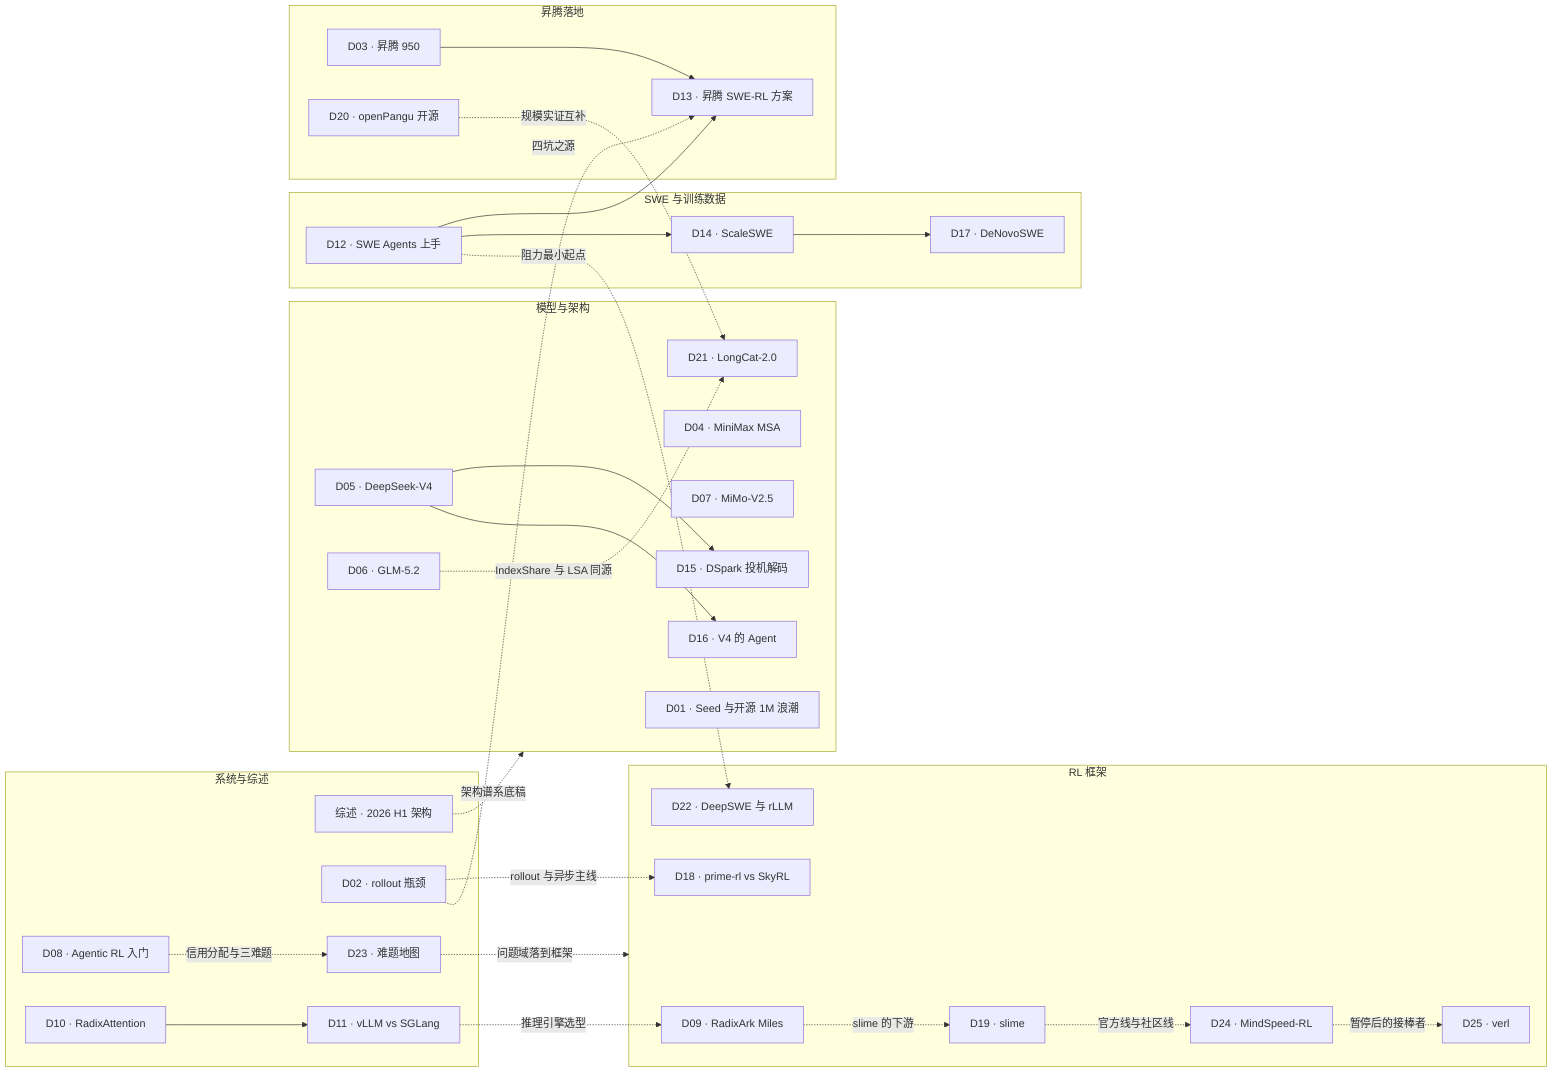
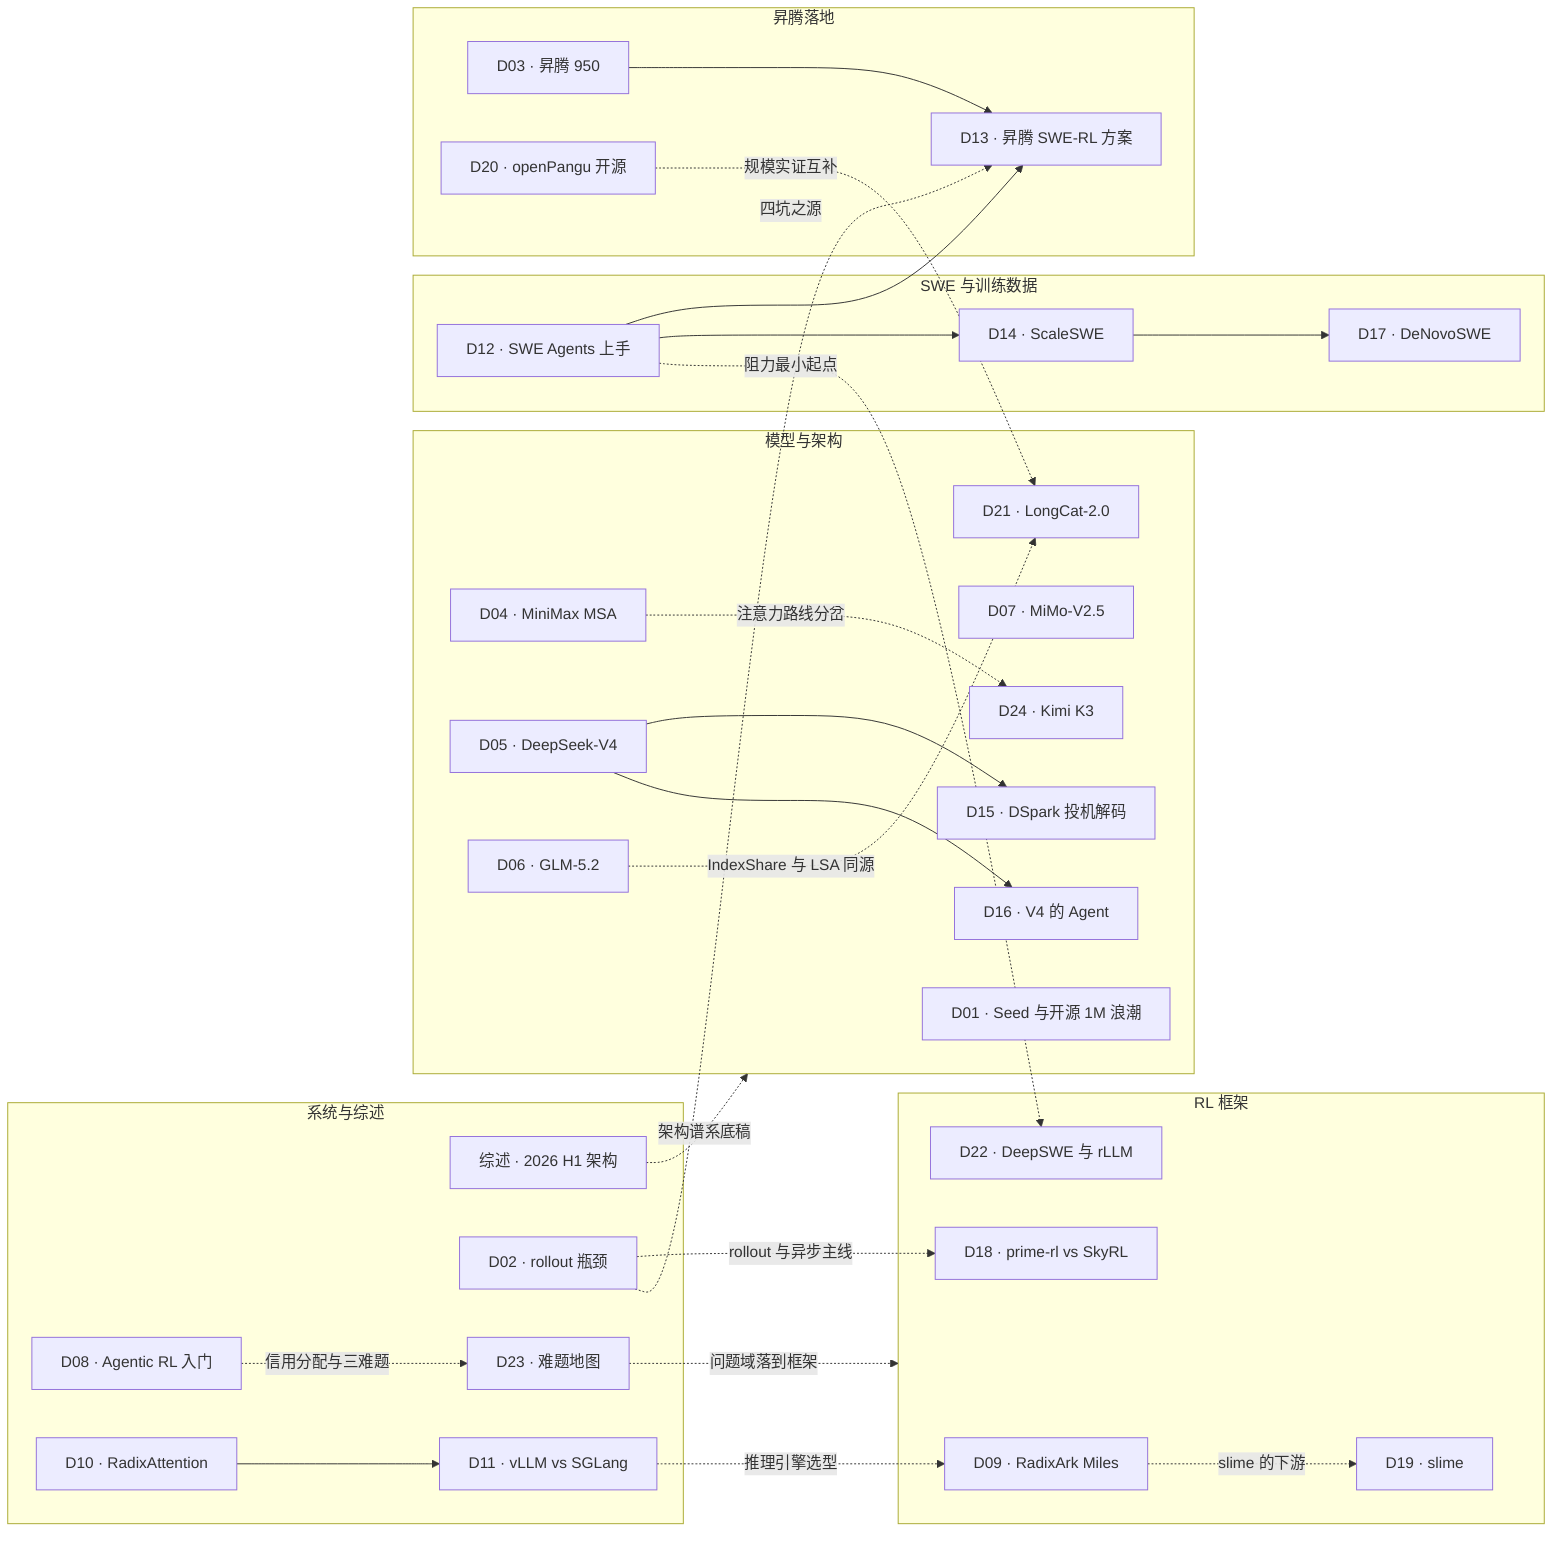
flowchart LR
    subgraph SYS ["系统与综述"]
        SUR["综述 · 2026 H1 架构"]
        N02["D02 · rollout 瓶颈"]
        N08["D08 · Agentic RL 入门"]
        N10["D10 · RadixAttention"]
        N11["D11 · vLLM vs SGLang"]
        N23["D23 · 难题地图"]
    end
    subgraph MODEL ["模型与架构"]
        N01["D01 · Seed 与开源 1M 浪潮"]
        N04["D04 · MiniMax MSA"]
        N05["D05 · DeepSeek-V4"]
        N06["D06 · GLM-5.2"]
        N07["D07 · MiMo-V2.5"]
        N15["D15 · DSpark 投机解码"]
        N16["D16 · V4 的 Agent"]
        N21["D21 · LongCat-2.0"]
+         N24["D24 · Kimi K3"]
    end
    subgraph SWE ["SWE 与训练数据"]
        N12["D12 · SWE Agents 上手"]
        N14["D14 · ScaleSWE"]
        N17["D17 · DeNovoSWE"]
    end
    subgraph FW ["RL 框架"]
        N09["D09 · RadixArk Miles"]
        N18["D18 · prime-rl vs SkyRL"]
        N19["D19 · slime"]
        N22["D22 · DeepSWE 与 rLLM"]
-         N24["D24 · MindSpeed-RL"]
-         N25["D25 · verl"]
    end
    subgraph NPU ["昇腾落地"]
        N03["D03 · 昇腾 950"]
        N13["D13 · 昇腾 SWE-RL 方案"]
        N20["D20 · openPangu 开源"]
    end

    SUR -. "架构谱系底稿" .-> MODEL
    N02 -. "rollout 与异步主线" .-> N18
    N02 -. "四坑之源" .-> N13
    N08 -. "信用分配与三难题" .-> N23
    N10 --> N11
    N11 -. "推理引擎选型" .-> N09
    N05 --> N15
    N05 --> N16
    N06 -. "IndexShare 与 LSA 同源" .-> N21
    N12 --> N13
    N12 --> N14
    N14 --> N17
    N12 -. "阻力最小起点" .-> N22
    N09 -. "slime 的下游" .-> N19
-     N19 -. "官方线与社区线" .-> N24
-     N24 -. "暂停后的接棒者" .-> N25
+     N04 -. "注意力路线分岔" .-> N24
    N03 --> N13
    N20 -. "规模实证互补" .-> N21
    N23 -. "问题域落到框架" .-> FW
